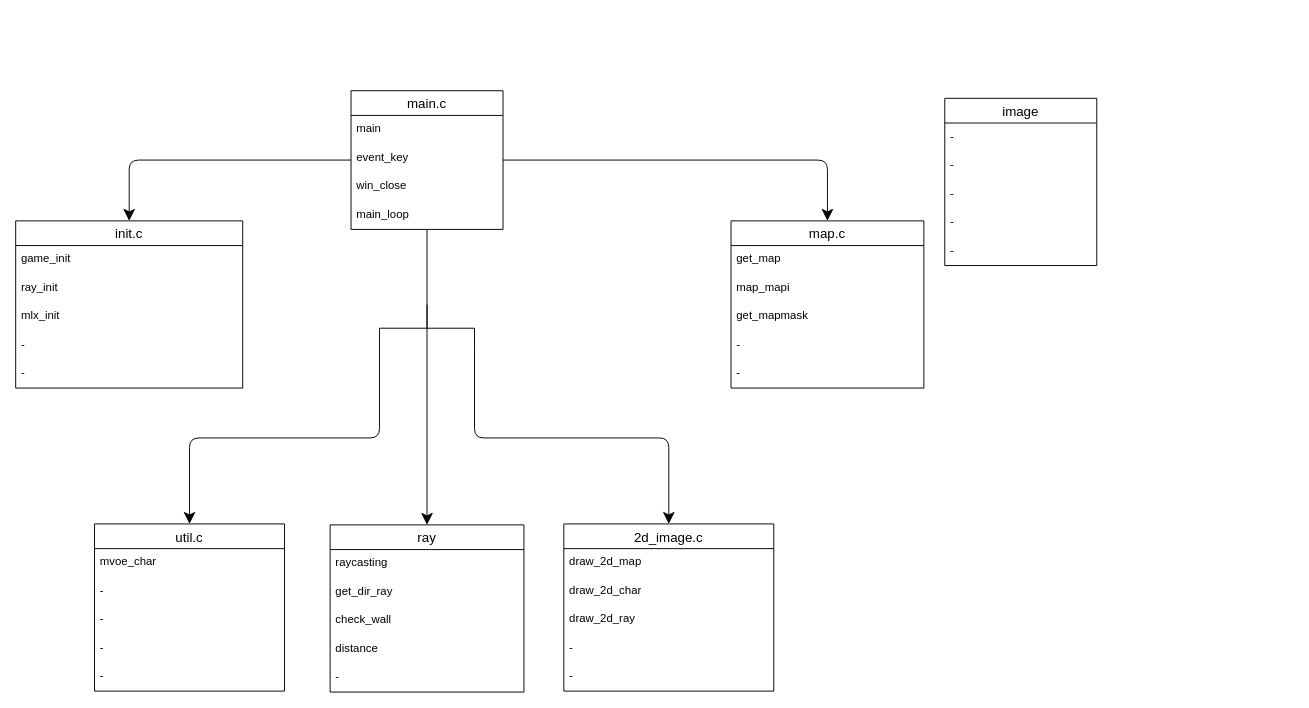
Before: drawio/cub3d.drawio in meong99/42_seoul, a draw.io diagram. Source tidied: cells renumbered, new cells numbered last; positions are measured from the earlier drawing's top-left corner, leaving out a move shared by most shapes. Both pictures are drawn from the tidied source at 95%, with x=0, y=0 at pixel (15, 90).
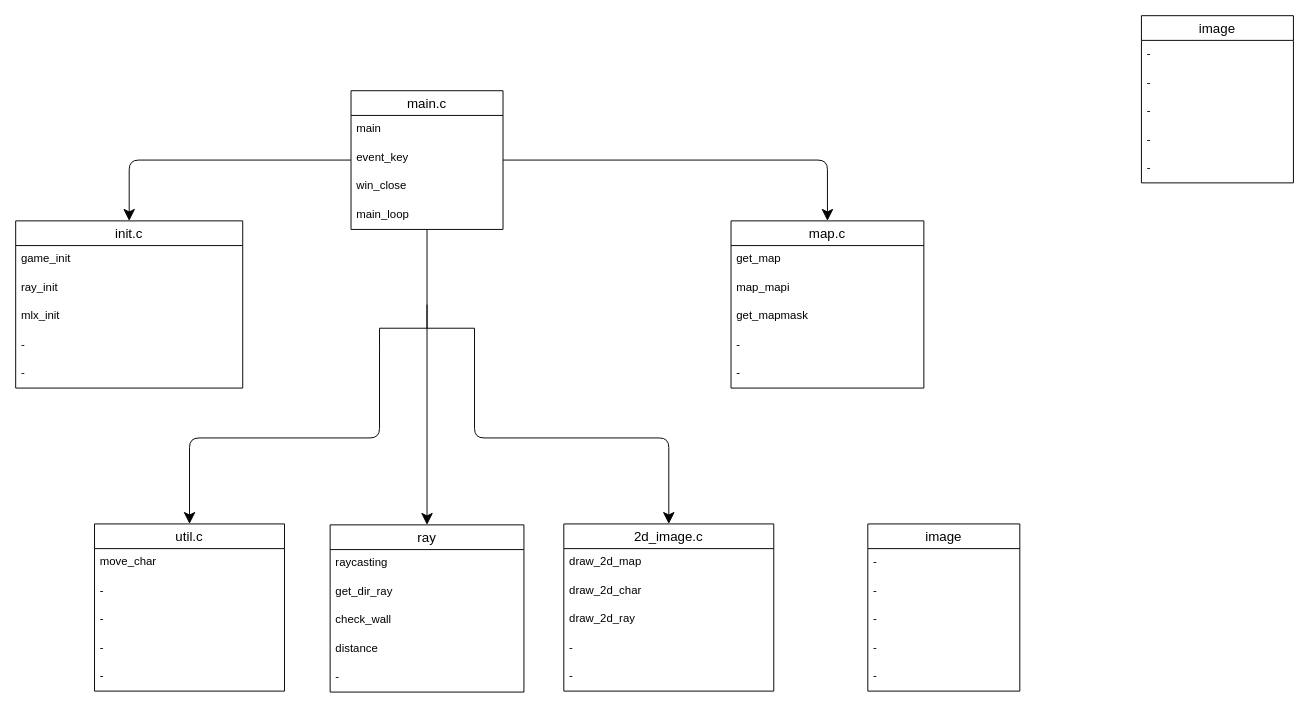
Above is the later version.

The change refers to these unchanged cells:
```xml
<mxCell id="26" value="util.c" style="swimlane;fontStyle=0;horizontal=1;startSize=26;align=center;fontSize=14;fillColor=#FFFFFF;" parent="1" vertex="1">
  <mxGeometry x="83" y="456" width="200" height="176" as="geometry" />
</mxCell>
```

What changed in the source:
```diff
@@
     <mxCell id="20" value="image" style="swimlane;fontStyle=0;horizontal=1;startSize=26;align=center;fontSize=14;fillColor=#FFFFFF;" parent="1" vertex="1">
-      <mxGeometry x="978" y="8" width="160" height="176" as="geometry" />
+      <mxGeometry x="1185" y="-79" width="160" height="176" as="geometry" />
     </mxCell>
@@
-    <mxCell id="27" value="mvoe_char" style="text;strokeColor=none;fillColor=none;spacingLeft=4;spacingRight=4;overflow=hidden;fontSize=12;" parent="26" vertex="1">
+    <mxCell id="27" value="move_char" style="text;strokeColor=none;fillColor=none;spacingLeft=4;spacingRight=4;overflow=hidden;fontSize=12;" parent="26" vertex="1">
       <mxGeometry y="26" width="200" height="30" as="geometry" />
     </mxCell>
@@
+    <mxCell id="51" value="image" style="swimlane;fontStyle=0;horizontal=1;startSize=26;align=center;fontSize=14;fillColor=#FFFFFF;" parent="1" vertex="1">
+      <mxGeometry x="897" y="456" width="160" height="176" as="geometry" />
+    </mxCell>
+    <mxCell id="52" value="-" style="text;strokeColor=none;fillColor=none;spacingLeft=4;spacingRight=4;overflow=hidden;fontSize=12;" parent="51" vertex="1">
+      <mxGeometry y="26" width="160" height="30" as="geometry" />
+    </mxCell>
+    <mxCell id="53" value="-" style="text;strokeColor=none;fillColor=none;spacingLeft=4;spacingRight=4;overflow=hidden;fontSize=12;" parent="51" vertex="1">
+      <mxGeometry y="56" width="160" height="30" as="geometry" />
+    </mxCell>
+    <mxCell id="54" value="-" style="text;strokeColor=none;fillColor=none;spacingLeft=4;spacingRight=4;overflow=hidden;fontSize=12;" parent="51" vertex="1">
+      <mxGeometry y="86" width="160" height="30" as="geometry" />
+    </mxCell>
+    <mxCell id="55" value="-" style="text;strokeColor=none;fillColor=none;spacingLeft=4;spacingRight=4;overflow=hidden;fontSize=12;" parent="51" vertex="1">
+      <mxGeometry y="116" width="160" height="30" as="geometry" />
+    </mxCell>
+    <mxCell id="56" value="-" style="text;strokeColor=none;fillColor=none;spacingLeft=4;spacingRight=4;overflow=hidden;fontSize=12;" parent="51" vertex="1">
+      <mxGeometry y="146" width="160" height="30" as="geometry" />
+    </mxCell>
```
